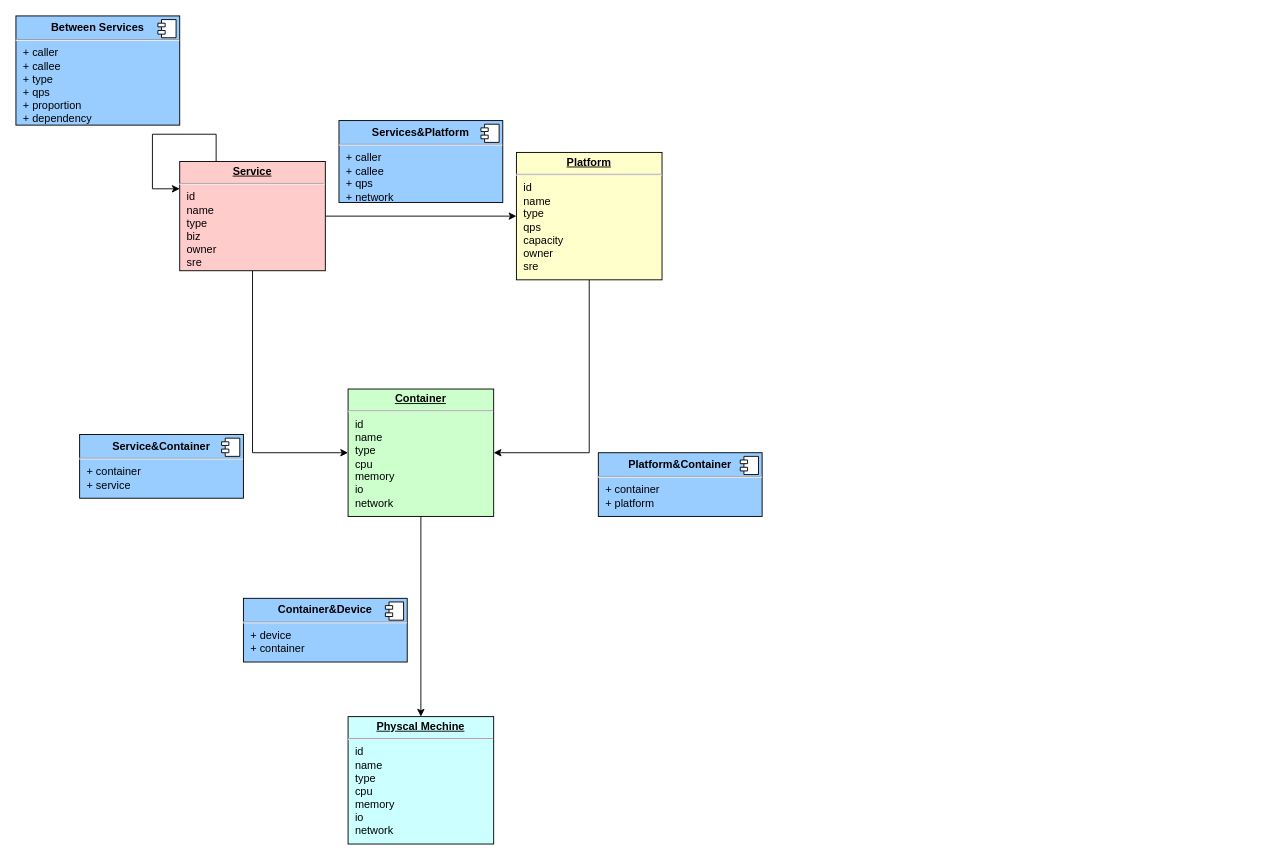
Earlier version of the draw.io diagram 图数据建模-抽象.drawio (frankneu/draw.io). Source tidied: cells renumbered, new cells numbered last; positions are measured from the earlier drawing's top-left corner, leaving out a move shared by most shapes. Both pictures are drawn from the tidied source at 91%, with x=0, y=0 at pixel (15, 15).
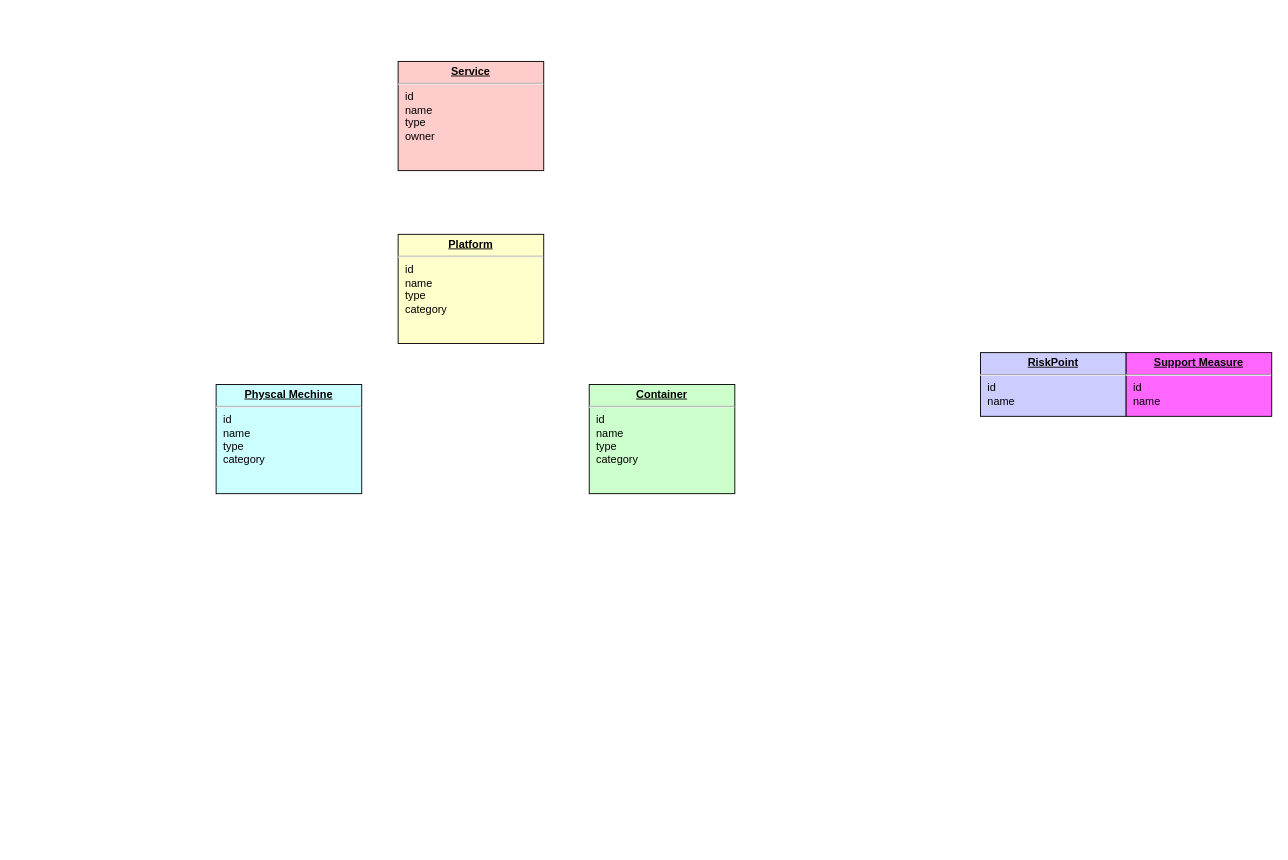
After the change.

Commit message:
Update 图数据建模-抽象.drawio

Diff of the diagram source:
```diff
@@
-    <mxCell id="2" style="edgeStyle=orthogonalEdgeStyle;rounded=0;jettySize=auto;html=1;exitX=1;exitY=0.5;exitDx=0;exitDy=0;entryX=0;entryY=0.5;entryDx=0;entryDy=0;" parent="1" edge="1" source="4" target="6">
-      <mxGeometry relative="1" as="geometry" />
-    </mxCell>
-    <mxCell id="3" style="edgeStyle=orthogonalEdgeStyle;rounded=0;jettySize=auto;html=1;exitX=0.5;exitY=1;exitDx=0;exitDy=0;entryX=0;entryY=0.5;entryDx=0;entryDy=0;" parent="1" edge="1" source="4" target="8">
-      <mxGeometry relative="1" as="geometry" />
-    </mxCell>
-    <mxCell id="4" value="&lt;p style=&quot;margin: 0px ; margin-top: 4px ; text-align: center ; text-decoration: underline&quot;&gt;&lt;b&gt;Service&lt;/b&gt;&lt;/p&gt;&lt;hr&gt;&lt;p style=&quot;margin: 0px ; margin-left: 8px&quot;&gt;id&lt;/p&gt;&lt;p style=&quot;margin: 0px ; margin-left: 8px&quot;&gt;name&lt;/p&gt;&lt;p style=&quot;margin: 0px ; margin-left: 8px&quot;&gt;type&lt;/p&gt;&lt;p style=&quot;margin: 0px ; margin-left: 8px&quot;&gt;biz&lt;/p&gt;&lt;p style=&quot;margin: 0px ; margin-left: 8px&quot;&gt;owner&lt;/p&gt;&lt;p style=&quot;margin: 0px ; margin-left: 8px&quot;&gt;sre&lt;/p&gt;" style="verticalAlign=top;align=left;overflow=fill;fontSize=12;fontFamily=Helvetica;html=1;fillColor=#FFCCCC;" parent="1" vertex="1">
-      <mxGeometry x="180" y="160" width="160" height="120" as="geometry" />
+    <mxCell id="4" value="&lt;p style=&quot;margin: 0px ; margin-top: 4px ; text-align: center ; text-decoration: underline&quot;&gt;&lt;b&gt;Service&lt;/b&gt;&lt;/p&gt;&lt;hr&gt;&lt;p style=&quot;margin: 0px ; margin-left: 8px&quot;&gt;id&lt;/p&gt;&lt;p style=&quot;margin: 0px ; margin-left: 8px&quot;&gt;name&lt;/p&gt;&lt;p style=&quot;margin: 0px ; margin-left: 8px&quot;&gt;type&lt;/p&gt;&lt;p style=&quot;margin: 0px ; margin-left: 8px&quot;&gt;owner&lt;/p&gt;" style="verticalAlign=top;align=left;overflow=fill;fontSize=12;fontFamily=Helvetica;html=1;fillColor=#FFCCCC;" parent="1" vertex="1">
+      <mxGeometry x="420" y="50" width="160" height="120" as="geometry" />
     </mxCell>
-    <mxCell id="5" style="edgeStyle=orthogonalEdgeStyle;rounded=0;jettySize=auto;html=1;exitX=0.5;exitY=1;exitDx=0;exitDy=0;entryX=1;entryY=0.5;entryDx=0;entryDy=0;" parent="1" edge="1" source="6" target="8">
-      <mxGeometry relative="1" as="geometry" />
-    </mxCell>
-    <mxCell id="6" value="&lt;p style=&quot;margin: 0px ; margin-top: 4px ; text-align: center ; text-decoration: underline&quot;&gt;&lt;b&gt;Platform&lt;/b&gt;&lt;/p&gt;&lt;hr&gt;&lt;p style=&quot;margin: 0px ; margin-left: 8px&quot;&gt;id&lt;/p&gt;&lt;p style=&quot;margin: 0px ; margin-left: 8px&quot;&gt;name&lt;/p&gt;&lt;p style=&quot;margin: 0px ; margin-left: 8px&quot;&gt;type&lt;/p&gt;&lt;p style=&quot;margin: 0px ; margin-left: 8px&quot;&gt;qps&lt;/p&gt;&lt;p style=&quot;margin: 0px ; margin-left: 8px&quot;&gt;&lt;span&gt;capacity&lt;/span&gt;&lt;br&gt;&lt;/p&gt;&lt;p style=&quot;margin: 0px ; margin-left: 8px&quot;&gt;owner&lt;/p&gt;&lt;p style=&quot;margin: 0px ; margin-left: 8px&quot;&gt;sre&lt;/p&gt;" style="verticalAlign=top;align=left;overflow=fill;fontSize=12;fontFamily=Helvetica;html=1;fillColor=#FFFFCC;" parent="1" vertex="1">
-      <mxGeometry x="550" y="150" width="160" height="140" as="geometry" />
+    <mxCell id="6" value="&lt;p style=&quot;margin: 0px ; margin-top: 4px ; text-align: center ; text-decoration: underline&quot;&gt;&lt;b&gt;Platform&lt;/b&gt;&lt;/p&gt;&lt;hr&gt;&lt;p style=&quot;margin: 0px ; margin-left: 8px&quot;&gt;id&lt;/p&gt;&lt;p style=&quot;margin: 0px ; margin-left: 8px&quot;&gt;name&lt;/p&gt;&lt;p style=&quot;margin: 0px ; margin-left: 8px&quot;&gt;type&lt;/p&gt;&lt;p style=&quot;margin: 0px ; margin-left: 8px&quot;&gt;category&lt;/p&gt;" style="verticalAlign=top;align=left;overflow=fill;fontSize=12;fontFamily=Helvetica;html=1;fillColor=#FFFFCC;" parent="1" vertex="1">
+      <mxGeometry x="420" y="240" width="160" height="120" as="geometry" />
     </mxCell>
-    <mxCell id="7" style="edgeStyle=orthogonalEdgeStyle;rounded=0;jettySize=auto;html=1;exitX=0.5;exitY=1;exitDx=0;exitDy=0;entryX=0.5;entryY=0;entryDx=0;entryDy=0;" parent="1" edge="1" source="8" target="9">
-      <mxGeometry relative="1" as="geometry" />
-    </mxCell>
-    <mxCell id="8" value="&lt;p style=&quot;margin: 0px ; margin-top: 4px ; text-align: center ; text-decoration: underline&quot;&gt;&lt;b&gt;Container&lt;/b&gt;&lt;/p&gt;&lt;hr&gt;&lt;p style=&quot;margin: 0px ; margin-left: 8px&quot;&gt;id&lt;/p&gt;&lt;p style=&quot;margin: 0px ; margin-left: 8px&quot;&gt;name&lt;/p&gt;&lt;p style=&quot;margin: 0px ; margin-left: 8px&quot;&gt;type&lt;/p&gt;&lt;p style=&quot;margin: 0px ; margin-left: 8px&quot;&gt;cpu&lt;/p&gt;&lt;p style=&quot;margin: 0px ; margin-left: 8px&quot;&gt;memory&lt;/p&gt;&lt;p style=&quot;margin: 0px ; margin-left: 8px&quot;&gt;io&lt;/p&gt;&lt;p style=&quot;margin: 0px ; margin-left: 8px&quot;&gt;network&lt;/p&gt;" style="verticalAlign=top;align=left;overflow=fill;fontSize=12;fontFamily=Helvetica;html=1;fillColor=#CCFFCC;" parent="1" vertex="1">
-      <mxGeometry x="365" y="410" width="160" height="140" as="geometry" />
+    <mxCell id="8" value="&lt;p style=&quot;margin: 0px ; margin-top: 4px ; text-align: center ; text-decoration: underline&quot;&gt;&lt;b&gt;Container&lt;/b&gt;&lt;/p&gt;&lt;hr&gt;&lt;p style=&quot;margin: 0px ; margin-left: 8px&quot;&gt;id&lt;/p&gt;&lt;p style=&quot;margin: 0px ; margin-left: 8px&quot;&gt;name&lt;/p&gt;&lt;p style=&quot;margin: 0px ; margin-left: 8px&quot;&gt;type&lt;/p&gt;&lt;p style=&quot;margin: 0px ; margin-left: 8px&quot;&gt;category&lt;br&gt;&lt;/p&gt;" style="verticalAlign=top;align=left;overflow=fill;fontSize=12;fontFamily=Helvetica;html=1;fillColor=#CCFFCC;" parent="1" vertex="1">
+      <mxGeometry x="630" y="405" width="160" height="120" as="geometry" />
     </mxCell>
-    <mxCell id="9" value="&lt;p style=&quot;margin: 0px ; margin-top: 4px ; text-align: center ; text-decoration: underline&quot;&gt;&lt;b&gt;Physcal Mechine&lt;/b&gt;&lt;/p&gt;&lt;hr&gt;&lt;p style=&quot;margin: 0px ; margin-left: 8px&quot;&gt;id&lt;/p&gt;&lt;p style=&quot;margin: 0px ; margin-left: 8px&quot;&gt;name&lt;/p&gt;&lt;p style=&quot;margin: 0px ; margin-left: 8px&quot;&gt;type&lt;/p&gt;&lt;p style=&quot;margin: 0px ; margin-left: 8px&quot;&gt;cpu&lt;/p&gt;&lt;p style=&quot;margin: 0px ; margin-left: 8px&quot;&gt;memory&lt;/p&gt;&lt;p style=&quot;margin: 0px ; margin-left: 8px&quot;&gt;io&lt;/p&gt;&lt;p style=&quot;margin: 0px ; margin-left: 8px&quot;&gt;network&lt;/p&gt;" style="verticalAlign=top;align=left;overflow=fill;fontSize=12;fontFamily=Helvetica;html=1;fillColor=#CCFFFF;" parent="1" vertex="1">
-      <mxGeometry x="365" y="770" width="160" height="140" as="geometry" />
+    <mxCell id="9" value="&lt;p style=&quot;margin: 0px ; margin-top: 4px ; text-align: center ; text-decoration: underline&quot;&gt;&lt;b&gt;Physcal Mechine&lt;/b&gt;&lt;/p&gt;&lt;hr&gt;&lt;p style=&quot;margin: 0px ; margin-left: 8px&quot;&gt;id&lt;/p&gt;&lt;p style=&quot;margin: 0px ; margin-left: 8px&quot;&gt;name&lt;/p&gt;&lt;p style=&quot;margin: 0px ; margin-left: 8px&quot;&gt;type&lt;/p&gt;&lt;p style=&quot;margin: 0px ; margin-left: 8px&quot;&gt;category&lt;br&gt;&lt;/p&gt;" style="verticalAlign=top;align=left;overflow=fill;fontSize=12;fontFamily=Helvetica;html=1;fillColor=#CCFFFF;" parent="1" vertex="1">
+      <mxGeometry x="220" y="405" width="160" height="120" as="geometry" />
     </mxCell>
-    <mxCell id="10" style="edgeStyle=orthogonalEdgeStyle;rounded=0;orthogonalLoop=1;jettySize=auto;html=1;exitX=0.25;exitY=0;exitDx=0;exitDy=0;entryX=0;entryY=0.25;entryDx=0;entryDy=0;" parent="1" edge="1" source="4" target="4">
-      <mxGeometry relative="1" as="geometry">
-        <Array as="points">
-          <mxPoint x="220" y="130" />
-          <mxPoint x="150" y="130" />
-          <mxPoint x="150" y="190" />
-        </Array>
-      </mxGeometry>
-    </mxCell>
-    <mxCell id="11" value="&lt;p style=&quot;margin: 0px ; margin-top: 6px ; text-align: center&quot;&gt;&lt;b&gt;Between Services&lt;/b&gt;&lt;/p&gt;&lt;hr&gt;&lt;p style=&quot;margin: 0px ; margin-left: 8px&quot;&gt;+ caller&lt;br&gt;+ callee&lt;/p&gt;&lt;p style=&quot;margin: 0px ; margin-left: 8px&quot;&gt;+ type&lt;/p&gt;&lt;p style=&quot;margin: 0px ; margin-left: 8px&quot;&gt;+ qps&lt;/p&gt;&lt;p style=&quot;margin: 0px ; margin-left: 8px&quot;&gt;+&amp;nbsp;&lt;span&gt;proportion&lt;/span&gt;&lt;/p&gt;&lt;p style=&quot;margin: 0px ; margin-left: 8px&quot;&gt;&lt;span&gt;+ dependency&lt;/span&gt;&lt;/p&gt;" style="align=left;overflow=fill;html=1;fillColor=#99CCFF;" parent="1" vertex="1">
-      <mxGeometry width="180" height="120" as="geometry" />
-    </mxCell>
-    <mxCell id="12" style="shape=component;jettyWidth=8;jettyHeight=4;" parent="11" vertex="1">
-      <mxGeometry x="1" width="20" height="20" relative="1" as="geometry">
-        <mxPoint x="-24" y="4" as="offset" />
-      </mxGeometry>
-    </mxCell>
-    <mxCell id="13" value="&lt;p style=&quot;margin: 0px ; margin-top: 6px ; text-align: center&quot;&gt;&lt;b&gt;Services&amp;amp;Platform&lt;/b&gt;&lt;/p&gt;&lt;hr&gt;&lt;p style=&quot;margin: 0px ; margin-left: 8px&quot;&gt;+ caller&lt;br&gt;+ callee&lt;/p&gt;&lt;p style=&quot;margin: 0px ; margin-left: 8px&quot;&gt;+ qps&lt;/p&gt;&lt;p style=&quot;margin: 0px ; margin-left: 8px&quot;&gt;&lt;span&gt;+ network&lt;/span&gt;&lt;br&gt;&lt;/p&gt;" style="align=left;overflow=fill;html=1;fillColor=#99CCFF;" parent="1" vertex="1">
-      <mxGeometry x="355" y="115" width="180" height="90" as="geometry" />
-    </mxCell>
-    <mxCell id="14" style="shape=component;jettyWidth=8;jettyHeight=4;" parent="13" vertex="1">
-      <mxGeometry x="1" width="20" height="20" relative="1" as="geometry">
-        <mxPoint x="-24" y="4" as="offset" />
-      </mxGeometry>
-    </mxCell>
-    <mxCell id="15" value="&lt;p style=&quot;margin: 0px ; margin-top: 6px ; text-align: center&quot;&gt;&lt;b&gt;Platform&amp;amp;Container&lt;/b&gt;&lt;/p&gt;&lt;hr&gt;&lt;p style=&quot;margin: 0px ; margin-left: 8px&quot;&gt;+ container&lt;br&gt;+ platform&lt;/p&gt;" style="align=left;overflow=fill;html=1;fillColor=#99CCFF;" parent="1" vertex="1">
-      <mxGeometry x="640" y="480" width="180" height="70" as="geometry" />
-    </mxCell>
-    <mxCell id="16" style="shape=component;jettyWidth=8;jettyHeight=4;" parent="15" vertex="1">
-      <mxGeometry x="1" width="20" height="20" relative="1" as="geometry">
-        <mxPoint x="-24" y="4" as="offset" />
-      </mxGeometry>
-    </mxCell>
-    <mxCell id="17" value="&lt;p style=&quot;margin: 0px ; margin-top: 6px ; text-align: center&quot;&gt;&lt;b&gt;Service&amp;amp;Container&lt;/b&gt;&lt;/p&gt;&lt;hr&gt;&lt;p style=&quot;margin: 0px ; margin-left: 8px&quot;&gt;+ container&lt;br&gt;+ service&lt;/p&gt;" style="align=left;overflow=fill;html=1;fillColor=#99CCFF;" parent="1" vertex="1">
-      <mxGeometry x="70" y="460" width="180" height="70" as="geometry" />
-    </mxCell>
-    <mxCell id="18" style="shape=component;jettyWidth=8;jettyHeight=4;" parent="17" vertex="1">
-      <mxGeometry x="1" width="20" height="20" relative="1" as="geometry">
-        <mxPoint x="-24" y="4" as="offset" />
-      </mxGeometry>
-    </mxCell>
-    <mxCell id="19" value="&lt;p style=&quot;margin: 0px ; margin-top: 6px ; text-align: center&quot;&gt;&lt;b&gt;Container&amp;amp;Device&lt;/b&gt;&lt;/p&gt;&lt;hr&gt;&lt;p style=&quot;margin: 0px ; margin-left: 8px&quot;&gt;+ device&lt;/p&gt;&lt;p style=&quot;margin: 0px ; margin-left: 8px&quot;&gt;+ container&lt;br&gt;&lt;br&gt;&lt;/p&gt;" style="align=left;overflow=fill;html=1;fillColor=#99CCFF;" parent="1" vertex="1">
-      <mxGeometry x="250" y="640" width="180" height="70" as="geometry" />
-    </mxCell>
-    <mxCell id="20" style="shape=component;jettyWidth=8;jettyHeight=4;" parent="19" vertex="1">
-      <mxGeometry x="1" width="20" height="20" relative="1" as="geometry">
-        <mxPoint x="-24" y="4" as="offset" />
-      </mxGeometry>
-    </mxCell>
+    <mxCell id="21" style="edgeStyle=orthogonalEdgeStyle;rounded=0;orthogonalLoop=1;jettySize=auto;html=1;exitX=0.5;exitY=1;exitDx=0;exitDy=0;" parent="1" edge="1" source="9" target="9">
+      <mxGeometry relative="1" as="geometry" />
+    </mxCell>
+    <mxCell id="22" value="&lt;p style=&quot;margin: 0px ; margin-top: 4px ; text-align: center ; text-decoration: underline&quot;&gt;&lt;b&gt;RiskPoint&lt;/b&gt;&lt;/p&gt;&lt;hr&gt;&lt;p style=&quot;margin: 0px ; margin-left: 8px&quot;&gt;id&lt;/p&gt;&lt;p style=&quot;margin: 0px ; margin-left: 8px&quot;&gt;name&lt;/p&gt;" style="verticalAlign=top;align=left;overflow=fill;fontSize=12;fontFamily=Helvetica;html=1;fillColor=#CCCCFF;" parent="1" vertex="1">
+      <mxGeometry x="1060" y="370" width="160" height="70" as="geometry" />
+    </mxCell>
+    <mxCell id="23" value="&lt;p style=&quot;margin: 0px ; margin-top: 4px ; text-align: center ; text-decoration: underline&quot;&gt;&lt;b&gt;Support Measure&lt;/b&gt;&lt;/p&gt;&lt;hr&gt;&lt;p style=&quot;margin: 0px ; margin-left: 8px&quot;&gt;id&lt;/p&gt;&lt;p style=&quot;margin: 0px ; margin-left: 8px&quot;&gt;name&lt;/p&gt;" style="verticalAlign=top;align=left;overflow=fill;fontSize=12;fontFamily=Helvetica;html=1;fillColor=#FF66FF;" parent="1" vertex="1">
+      <mxGeometry x="1220" y="370" width="160" height="70" as="geometry" />
+    </mxCell>
+    <mxCell id="24" style="edgeStyle=orthogonalEdgeStyle;rounded=0;orthogonalLoop=1;jettySize=auto;html=1;exitX=0.5;exitY=1;exitDx=0;exitDy=0;" parent="1" edge="1" source="22" target="22">
+      <mxGeometry relative="1" as="geometry" />
+    </mxCell>
+    <mxCell id="25" style="edgeStyle=orthogonalEdgeStyle;rounded=0;orthogonalLoop=1;jettySize=auto;html=1;exitX=0.5;exitY=1;exitDx=0;exitDy=0;" parent="1" edge="1" source="22" target="22">
+      <mxGeometry relative="1" as="geometry" />
+    </mxCell>
```
